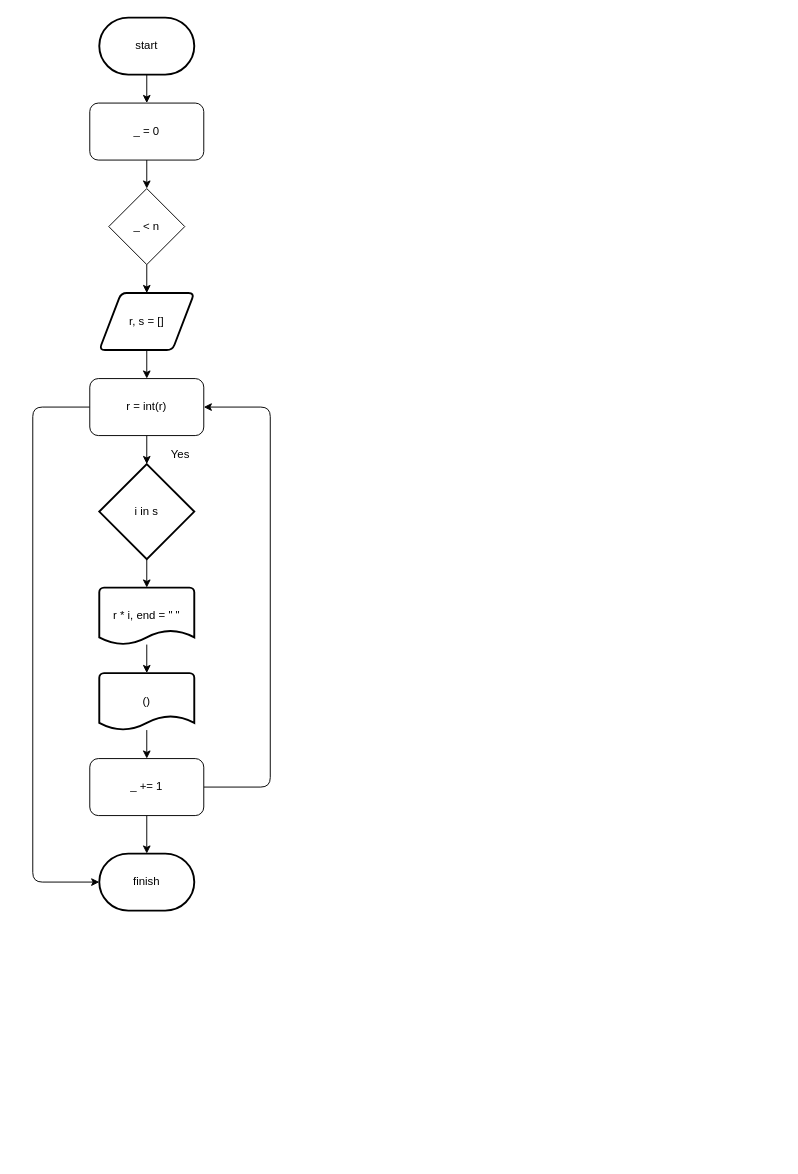
Gyeongrok-Oh/boj keeps this draw.io diagram as stage/06_string/2675.drawio. Above is the earlier version. Source tidied: cells renumbered, new cells numbered last; positions are measured from the earlier drawing's top-left corner, leaving out a move shared by most shapes. Both pictures are drawn from the tidied source at 95%, with x=0, y=0 at pixel (32, 17).
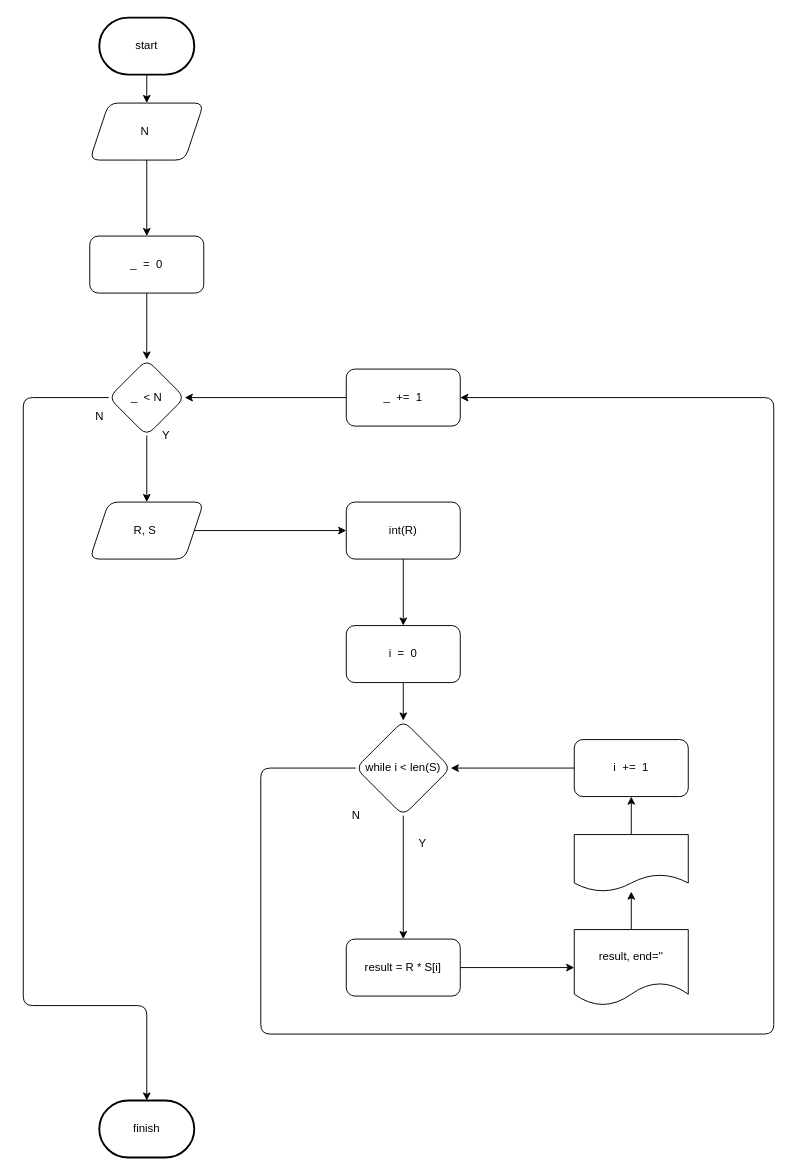
The same diagram, later.

What changed in the source:
```diff
@@
-    <mxCell id="4" style="edgeStyle=none;html=1;" parent="1" edge="1" source="5">
-      <mxGeometry relative="1" as="geometry">
-        <mxPoint x="120" y="180" as="targetPoint" />
-      </mxGeometry>
-    </mxCell>
+    <mxCell id="24" style="edgeStyle=none;html=1;" parent="1" edge="1" target="5">
+      <mxGeometry relative="1" as="geometry">
+        <mxPoint x="120" y="150" as="sourcePoint" />
+      </mxGeometry>
+    </mxCell>
+    <mxCell id="25" style="edgeStyle=none;html=1;" parent="1" edge="1" source="5" target="28">
+      <mxGeometry relative="1" as="geometry" />
+    </mxCell>
-    <mxCell id="5" value="_ = 0" style="rounded=1;whiteSpace=wrap;html=1;" parent="1" vertex="1">
-      <mxGeometry x="60" y="90" width="120" height="60" as="geometry" />
+    <mxCell id="5" value="_&amp;nbsp; =&amp;nbsp; 0" style="whiteSpace=wrap;html=1;rounded=1;" parent="1" vertex="1">
+      <mxGeometry x="60" y="230" width="120" height="60" as="geometry" />
     </mxCell>
-    <mxCell id="6" style="edgeStyle=none;html=1;" parent="1" edge="1" source="7">
-      <mxGeometry relative="1" as="geometry">
-        <mxPoint x="120" y="290" as="targetPoint" />
-      </mxGeometry>
-    </mxCell>
-    <mxCell id="7" value="_ &amp;lt; n" style="rhombus;whiteSpace=wrap;html=1;" parent="1" vertex="1">
-      <mxGeometry x="80" y="180" width="80" height="80" as="geometry" />
-    </mxCell>
-    <mxCell id="8" style="edgeStyle=none;html=1;" parent="1" edge="1" source="9">
-      <mxGeometry relative="1" as="geometry">
-        <mxPoint x="120" y="380" as="targetPoint" />
-      </mxGeometry>
-    </mxCell>
-    <mxCell id="9" value="r, s = []" style="shape=parallelogram;html=1;strokeWidth=2;perimeter=parallelogramPerimeter;whiteSpace=wrap;rounded=1;arcSize=12;size=0.23;" parent="1" vertex="1">
-      <mxGeometry x="70" y="290" width="100" height="60" as="geometry" />
-    </mxCell>
-    <mxCell id="10" style="edgeStyle=none;html=1;" parent="1" edge="1" source="12">
-      <mxGeometry relative="1" as="geometry">
-        <mxPoint x="120" y="470" as="targetPoint" />
-      </mxGeometry>
-    </mxCell>
-    <mxCell id="11" style="edgeStyle=none;html=1;entryX=0;entryY=0.5;entryDx=0;entryDy=0;entryPerimeter=0;" parent="1" edge="1" source="12" target="23">
-      <mxGeometry relative="1" as="geometry">
-        <Array as="points">
-          <mxPoint y="410" />
-          <mxPoint y="910" />
-        </Array>
-      </mxGeometry>
-    </mxCell>
-    <mxCell id="12" value="r = int(r)" style="rounded=1;whiteSpace=wrap;html=1;" parent="1" vertex="1">
-      <mxGeometry x="60" y="380" width="120" height="60" as="geometry" />
-    </mxCell>
-    <mxCell id="13" style="edgeStyle=none;html=1;" parent="1" edge="1" source="14">
-      <mxGeometry relative="1" as="geometry">
-        <mxPoint x="120" y="600" as="targetPoint" />
-      </mxGeometry>
-    </mxCell>
-    <mxCell id="14" value="i in s" style="strokeWidth=2;html=1;shape=mxgraph.flowchart.decision;whiteSpace=wrap;" parent="1" vertex="1">
-      <mxGeometry x="70" y="470" width="100" height="100" as="geometry" />
-    </mxCell>
-    <mxCell id="15" style="edgeStyle=none;html=1;" parent="1" edge="1" source="16">
-      <mxGeometry relative="1" as="geometry">
-        <mxPoint x="120" y="690" as="targetPoint" />
-      </mxGeometry>
-    </mxCell>
-    <mxCell id="16" value="r * i, end = &quot; &quot;" style="strokeWidth=2;html=1;shape=mxgraph.flowchart.document2;whiteSpace=wrap;size=0.25;" parent="1" vertex="1">
-      <mxGeometry x="70" y="600" width="100" height="60" as="geometry" />
-    </mxCell>
-    <mxCell id="17" style="edgeStyle=none;html=1;" parent="1" edge="1" source="18">
-      <mxGeometry relative="1" as="geometry">
-        <mxPoint x="120" y="780" as="targetPoint" />
-      </mxGeometry>
-    </mxCell>
-    <mxCell id="18" value="()" style="strokeWidth=2;html=1;shape=mxgraph.flowchart.document2;whiteSpace=wrap;size=0.25;" parent="1" vertex="1">
-      <mxGeometry x="70" y="690" width="100" height="60" as="geometry" />
-    </mxCell>
-    <mxCell id="19" style="edgeStyle=none;html=1;entryX=1;entryY=0.5;entryDx=0;entryDy=0;" parent="1" edge="1" source="21" target="12">
-      <mxGeometry relative="1" as="geometry">
-        <Array as="points">
-          <mxPoint x="250" y="810" />
-          <mxPoint x="250" y="410" />
-        </Array>
-      </mxGeometry>
-    </mxCell>
-    <mxCell id="20" style="edgeStyle=none;html=1;" parent="1" edge="1" source="21">
-      <mxGeometry relative="1" as="geometry">
-        <mxPoint x="120" y="880" as="targetPoint" />
-      </mxGeometry>
-    </mxCell>
+    <mxCell id="26" style="edgeStyle=none;html=1;" parent="1" edge="1" source="28" target="31">
+      <mxGeometry relative="1" as="geometry" />
+    </mxCell>
+    <mxCell id="27" style="edgeStyle=none;html=1;entryX=0.5;entryY=0;entryDx=0;entryDy=0;entryPerimeter=0;" parent="1" edge="1" source="28" target="23">
+      <mxGeometry relative="1" as="geometry">
+        <Array as="points">
+          <mxPoint x="-10" y="400" />
+          <mxPoint x="-10" y="1040" />
+          <mxPoint x="120" y="1040" />
+        </Array>
+      </mxGeometry>
+    </mxCell>
+    <mxCell id="28" value="_&amp;nbsp; &amp;lt; N" style="rhombus;whiteSpace=wrap;html=1;rounded=1;" parent="1" vertex="1">
+      <mxGeometry x="80" y="360" width="80" height="80" as="geometry" />
+    </mxCell>
+    <mxCell id="29" style="edgeStyle=none;html=1;" parent="1" edge="1" source="21" target="28">
+      <mxGeometry relative="1" as="geometry" />
+    </mxCell>
-    <mxCell id="21" value="_ += 1" style="rounded=1;whiteSpace=wrap;html=1;" parent="1" vertex="1">
-      <mxGeometry x="60" y="780" width="120" height="60" as="geometry" />
+    <mxCell id="21" value="_&amp;nbsp; +=&amp;nbsp; 1" style="whiteSpace=wrap;html=1;rounded=1;" parent="1" vertex="1">
+      <mxGeometry x="330" y="370" width="120" height="60" as="geometry" />
     </mxCell>
-    <mxCell id="22" value="Yes" style="text;html=1;align=center;verticalAlign=middle;strokeColor=none;fillColor=none;" parent="1" vertex="1">
-      <mxGeometry x="140" y="450" width="30" height="20" as="geometry" />
-    </mxCell>
+    <mxCell id="30" style="edgeStyle=none;html=1;entryX=0;entryY=0.5;entryDx=0;entryDy=0;" parent="1" edge="1" source="31" target="34">
+      <mxGeometry relative="1" as="geometry" />
+    </mxCell>
+    <mxCell id="31" value="R, S&amp;nbsp;" style="shape=parallelogram;perimeter=parallelogramPerimeter;whiteSpace=wrap;html=1;fixedSize=1;rounded=1;" parent="1" vertex="1">
+      <mxGeometry x="60" y="510" width="120" height="60" as="geometry" />
+    </mxCell>
+    <mxCell id="32" value="N&amp;nbsp;" style="shape=parallelogram;perimeter=parallelogramPerimeter;whiteSpace=wrap;html=1;fixedSize=1;rounded=1;" parent="1" vertex="1">
+      <mxGeometry x="60" y="90" width="120" height="60" as="geometry" />
+    </mxCell>
+    <mxCell id="33" style="edgeStyle=none;html=1;" parent="1" edge="1" source="34">
+      <mxGeometry relative="1" as="geometry">
+        <mxPoint x="390" y="640" as="targetPoint" />
+      </mxGeometry>
+    </mxCell>
+    <mxCell id="34" value="int(R)" style="whiteSpace=wrap;html=1;rounded=1;" parent="1" vertex="1">
+      <mxGeometry x="330" y="510" width="120" height="60" as="geometry" />
+    </mxCell>
+    <mxCell id="35" style="edgeStyle=none;html=1;" parent="1" edge="1" source="36" target="39">
+      <mxGeometry relative="1" as="geometry" />
+    </mxCell>
+    <mxCell id="36" value="i&amp;nbsp; =&amp;nbsp; 0" style="whiteSpace=wrap;html=1;rounded=1;" parent="1" vertex="1">
+      <mxGeometry x="330" y="640" width="120" height="60" as="geometry" />
+    </mxCell>
+    <mxCell id="37" style="edgeStyle=none;html=1;" parent="1" edge="1" source="39" target="44">
+      <mxGeometry relative="1" as="geometry" />
+    </mxCell>
+    <mxCell id="38" style="edgeStyle=none;html=1;entryX=1;entryY=0.5;entryDx=0;entryDy=0;" parent="1" edge="1" source="39" target="21">
+      <mxGeometry relative="1" as="geometry">
+        <Array as="points">
+          <mxPoint x="240" y="790" />
+          <mxPoint x="240" y="1070" />
+          <mxPoint x="780" y="1070" />
+          <mxPoint x="780" y="400" />
+        </Array>
+      </mxGeometry>
+    </mxCell>
+    <mxCell id="39" value="while i &amp;lt; len(S)" style="rhombus;whiteSpace=wrap;html=1;rounded=1;" parent="1" vertex="1">
+      <mxGeometry x="340" y="740" width="100" height="100" as="geometry" />
+    </mxCell>
+    <mxCell id="40" style="edgeStyle=none;html=1;" parent="1" edge="1" source="41" target="39">
+      <mxGeometry relative="1" as="geometry" />
+    </mxCell>
+    <mxCell id="41" value="i&amp;nbsp; +=&amp;nbsp; 1" style="whiteSpace=wrap;html=1;rounded=1;" parent="1" vertex="1">
+      <mxGeometry x="570" y="760" width="120" height="60" as="geometry" />
+    </mxCell>
+    <mxCell id="42" value="Y" style="text;html=1;align=center;verticalAlign=middle;strokeColor=none;fillColor=none;" parent="1" vertex="1">
+      <mxGeometry x="130" y="430" width="20" height="20" as="geometry" />
+    </mxCell>
+    <mxCell id="43" style="edgeStyle=none;html=1;" parent="1" edge="1" source="44" target="46">
+      <mxGeometry relative="1" as="geometry" />
+    </mxCell>
+    <mxCell id="44" value="result = R * S[i]" style="whiteSpace=wrap;html=1;rounded=1;" parent="1" vertex="1">
+      <mxGeometry x="330" y="970" width="120" height="60" as="geometry" />
+    </mxCell>
+    <mxCell id="45" style="edgeStyle=none;html=1;" parent="1" edge="1" source="46" target="51">
+      <mxGeometry relative="1" as="geometry" />
+    </mxCell>
+    <mxCell id="46" value="result, end=''" style="shape=document;whiteSpace=wrap;html=1;boundedLbl=1;rounded=1;" parent="1" vertex="1">
+      <mxGeometry x="570" y="960" width="120" height="80" as="geometry" />
+    </mxCell>
+    <mxCell id="47" value="Y" style="text;html=1;align=center;verticalAlign=middle;strokeColor=none;fillColor=none;" parent="1" vertex="1">
+      <mxGeometry x="400" y="860" width="20" height="20" as="geometry" />
+    </mxCell>
+    <mxCell id="48" value="N" style="text;html=1;align=center;verticalAlign=middle;strokeColor=none;fillColor=none;" parent="1" vertex="1">
+      <mxGeometry x="330" y="830" width="20" height="20" as="geometry" />
+    </mxCell>
     <mxCell id="23" value="finish" style="strokeWidth=2;html=1;shape=mxgraph.flowchart.terminator;whiteSpace=wrap;" parent="1" vertex="1">
-      <mxGeometry x="70" y="880" width="100" height="60" as="geometry" />
+      <mxGeometry x="70" y="1140" width="100" height="60" as="geometry" />
     </mxCell>
+    <mxCell id="49" value="N" style="text;html=1;align=center;verticalAlign=middle;strokeColor=none;fillColor=none;" parent="1" vertex="1">
+      <mxGeometry x="60" y="410" width="20" height="20" as="geometry" />
+    </mxCell>
+    <mxCell id="50" style="edgeStyle=none;html=1;" parent="1" edge="1" source="51" target="41">
+      <mxGeometry relative="1" as="geometry" />
+    </mxCell>
+    <mxCell id="51" style="shape=document;whiteSpace=wrap;html=1;boundedLbl=1;rounded=1;" parent="1" vertex="1">
+      <mxGeometry x="570" y="860" width="120" height="60" as="geometry" />
+    </mxCell>
```
